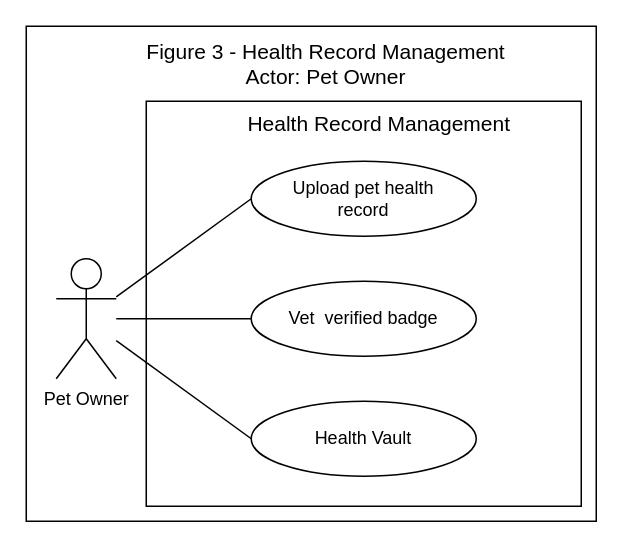
This is page "Figure 3" (3 of 10) of USE-CASE_Diagram_Franco.drawio from Chels013/Breedr-Diagrams, a draw.io file, before an edit. Source tidied: cells renumbered, new cells numbered last; positions are measured from the earlier drawing's top-left corner, leaving out a move shared by most shapes. Both pictures are drawn from the tidied source at 150%, with x=0, y=0 at pixel (26, 26).
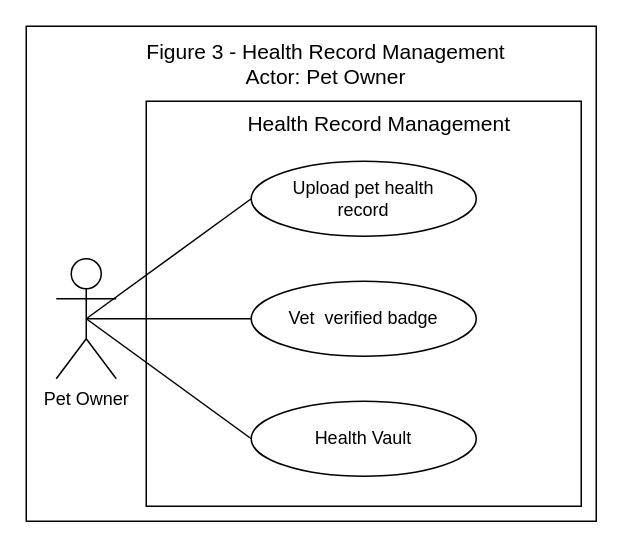
Above is the later version.

The edit, as a diff of the source:
```diff
@@
 <mxGraphModel>
   <root>
     <mxCell id="0" />
     <mxCell id="1" parent="0" />
     <mxCell id="2" style="rounded=0;whiteSpace=wrap;html=1;align=center;verticalAlign=middle;fontFamily=Helvetica;fontSize=12;" parent="1" vertex="1">
       <mxGeometry width="380" height="330" as="geometry" />
     </mxCell>
     <mxCell id="3" style="rounded=0;whiteSpace=wrap;html=1;align=center;verticalAlign=middle;fontFamily=Helvetica;fontSize=12;fontColor=default;fillColor=none;gradientColor=none;" parent="1" vertex="1">
       <mxGeometry x="80" y="50" width="290" height="270" as="geometry" />
     </mxCell>
     <mxCell id="4" value="Figure 3 - Health Record Management&lt;div&gt;Actor: Pet Owner&lt;/div&gt;" style="text;html=1;align=center;verticalAlign=middle;whiteSpace=wrap;rounded=0;fontFamily=Helvetica;fontSize=14;fontColor=default;" parent="1" vertex="1">
       <mxGeometry x="35" y="10" width="330" height="30" as="geometry" />
     </mxCell>
     <mxCell id="5" value="&lt;span style=&quot;color: rgb(0, 0, 0);&quot;&gt;Health Record Management&lt;/span&gt;" style="text;html=1;align=center;verticalAlign=middle;whiteSpace=wrap;rounded=0;fontFamily=Helvetica;fontSize=14;fontColor=default;" parent="1" vertex="1">
       <mxGeometry x="107.5" y="50" width="255" height="30" as="geometry" />
     </mxCell>
     <mxCell id="6" value="Pet Owner" style="shape=umlActor;verticalLabelPosition=bottom;verticalAlign=top;html=1;outlineConnect=0;rounded=0;align=center;fontFamily=Helvetica;fontSize=12;fontColor=default;fillColor=none;gradientColor=none;" parent="1" vertex="1">
       <mxGeometry x="20" y="155" width="40" height="80" as="geometry" />
     </mxCell>
     <mxCell id="7" value="Upload pet health&lt;br&gt;record" style="ellipse;whiteSpace=wrap;html=1;rounded=0;align=center;verticalAlign=middle;fontFamily=Helvetica;fontSize=12;fontColor=default;fillColor=none;gradientColor=none;" parent="1" vertex="1">
       <mxGeometry x="150" y="90" width="150" height="50" as="geometry" />
     </mxCell>
     <mxCell id="8" value="Vet&amp;nbsp; verified badge" style="ellipse;whiteSpace=wrap;html=1;rounded=0;align=center;verticalAlign=middle;fontFamily=Helvetica;fontSize=12;fontColor=default;fillColor=none;gradientColor=none;" parent="1" vertex="1">
       <mxGeometry x="150" y="170" width="150" height="50" as="geometry" />
     </mxCell>
     <mxCell id="9" value="Health Vault" style="ellipse;whiteSpace=wrap;html=1;rounded=0;align=center;verticalAlign=middle;fontFamily=Helvetica;fontSize=12;fontColor=default;fillColor=none;gradientColor=none;" parent="1" vertex="1">
       <mxGeometry x="150" y="250" width="150" height="50" as="geometry" />
     </mxCell>
-    <mxCell id="10" style="endArrow=none;html=1;fontFamily=Helvetica;fontSize=12;fontColor=default;entryX=0;entryY=0.5;entryDx=0;entryDy=0;" parent="1" edge="1" source="6" target="7">
+    <mxCell id="10" style="endArrow=none;html=1;fontFamily=Helvetica;fontSize=12;fontColor=default;entryX=0;entryY=0.5;entryDx=0;entryDy=0;exitX=0.5;exitY=0.5;exitDx=0;exitDy=0;exitPerimeter=0;" parent="1" edge="1" source="6" target="7">
       <mxGeometry relative="1" as="geometry" />
     </mxCell>
-    <mxCell id="11" style="endArrow=none;html=1;fontFamily=Helvetica;fontSize=12;fontColor=default;entryX=0;entryY=0.5;entryDx=0;entryDy=0;" parent="1" edge="1" source="6" target="9">
+    <mxCell id="11" style="endArrow=none;html=1;fontFamily=Helvetica;fontSize=12;fontColor=default;entryX=0;entryY=0.5;entryDx=0;entryDy=0;exitX=0.5;exitY=0.5;exitDx=0;exitDy=0;exitPerimeter=0;" parent="1" edge="1" source="6" target="9">
       <mxGeometry relative="1" as="geometry" />
     </mxCell>
-    <mxCell id="12" style="endArrow=none;html=1;fontFamily=Helvetica;fontSize=12;fontColor=default;entryX=0;entryY=0.5;entryDx=0;entryDy=0;" parent="1" edge="1" source="6" target="8">
+    <mxCell id="12" style="endArrow=none;html=1;fontFamily=Helvetica;fontSize=12;fontColor=default;entryX=0;entryY=0.5;entryDx=0;entryDy=0;exitX=0.5;exitY=0.5;exitDx=0;exitDy=0;exitPerimeter=0;" parent="1" edge="1" source="6" target="8">
       <mxGeometry relative="1" as="geometry" />
     </mxCell>
   </root>
 </mxGraphModel>
```
